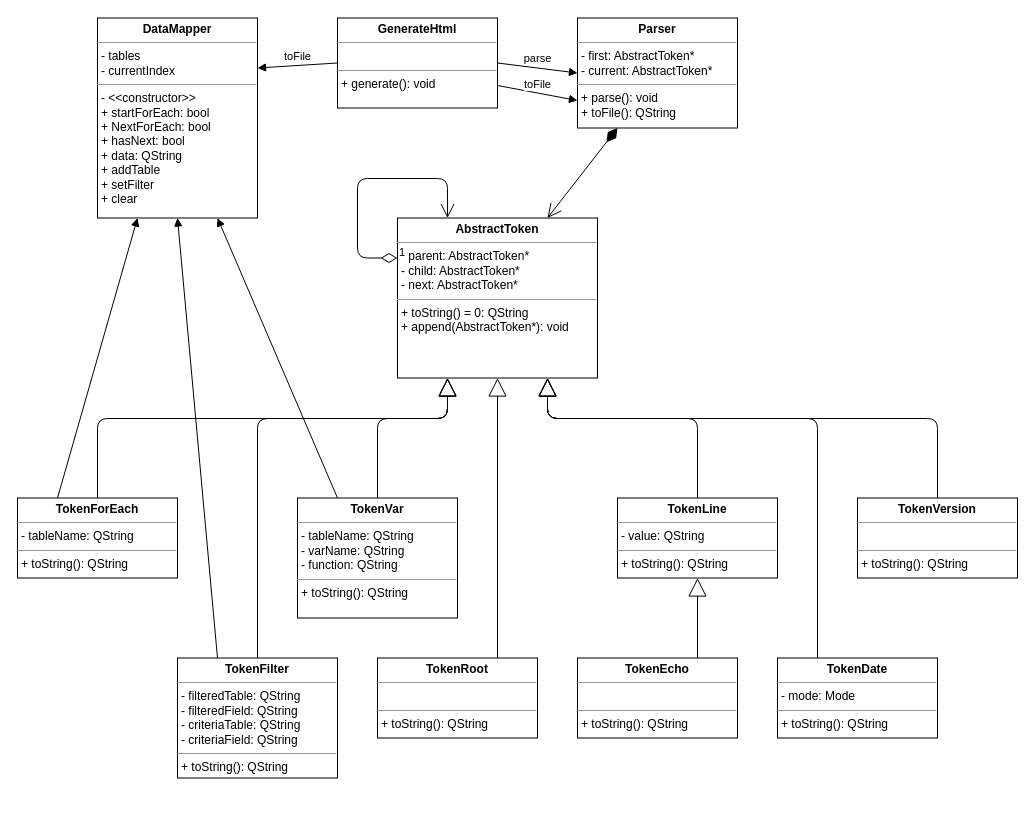
Above: page "genHtml" (6 of 9) of toolsDB.drawio in behej/toolsDB (draw.io), before the change. Source tidied: cells renumbered, new cells numbered last; positions are measured from the earlier drawing's top-left corner, leaving out a move shared by most shapes. Both pictures are drawn from the tidied source at 100%, with x=0, y=0 at pixel (17, 18).
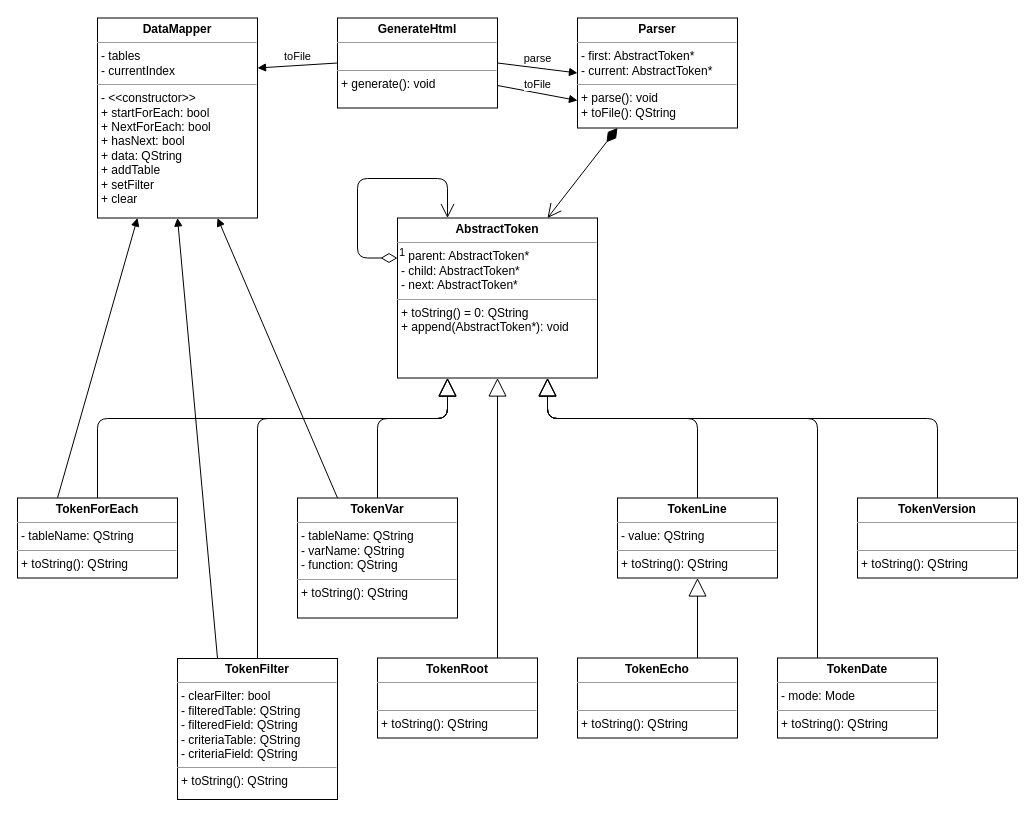
The same diagram, later.

Change to the diagram source:
```diff
@@
-    <mxCell id="9" value="&lt;p style=&quot;margin: 0px ; margin-top: 4px ; text-align: center&quot;&gt;&lt;b&gt;TokenFilter&lt;/b&gt;&lt;/p&gt;&lt;hr size=&quot;1&quot;&gt;&lt;p style=&quot;margin: 0px ; margin-left: 4px&quot;&gt;- filteredTable: QString&lt;/p&gt;&lt;p style=&quot;margin: 0px ; margin-left: 4px&quot;&gt;- filteredField: QString&lt;/p&gt;&lt;p style=&quot;margin: 0px ; margin-left: 4px&quot;&gt;- criteriaTable: QString&lt;/p&gt;&lt;p style=&quot;margin: 0px ; margin-left: 4px&quot;&gt;- criteriaField: QString&lt;/p&gt;&lt;hr size=&quot;1&quot;&gt;&lt;p style=&quot;margin: 0px ; margin-left: 4px&quot;&gt;+ toString(): QString&lt;/p&gt;" style="verticalAlign=top;align=left;overflow=fill;fontSize=12;fontFamily=Helvetica;html=1;" parent="1" vertex="1">
-      <mxGeometry x="160" y="639.5" width="160" height="120" as="geometry" />
+    <mxCell id="9" value="&lt;p style=&quot;margin: 0px ; margin-top: 4px ; text-align: center&quot;&gt;&lt;b&gt;TokenFilter&lt;/b&gt;&lt;/p&gt;&lt;hr size=&quot;1&quot;&gt;&lt;p style=&quot;margin: 0px ; margin-left: 4px&quot;&gt;- clearFilter: bool&lt;/p&gt;&lt;p style=&quot;margin: 0px ; margin-left: 4px&quot;&gt;- filteredTable: QString&lt;/p&gt;&lt;p style=&quot;margin: 0px ; margin-left: 4px&quot;&gt;- filteredField: QString&lt;/p&gt;&lt;p style=&quot;margin: 0px ; margin-left: 4px&quot;&gt;- criteriaTable: QString&lt;/p&gt;&lt;p style=&quot;margin: 0px ; margin-left: 4px&quot;&gt;- criteriaField: QString&lt;/p&gt;&lt;hr size=&quot;1&quot;&gt;&lt;p style=&quot;margin: 0px ; margin-left: 4px&quot;&gt;+ toString(): QString&lt;/p&gt;" style="verticalAlign=top;align=left;overflow=fill;fontSize=12;fontFamily=Helvetica;html=1;" parent="1" vertex="1">
+      <mxGeometry x="160" y="640" width="160" height="141" as="geometry" />
     </mxCell>
```
